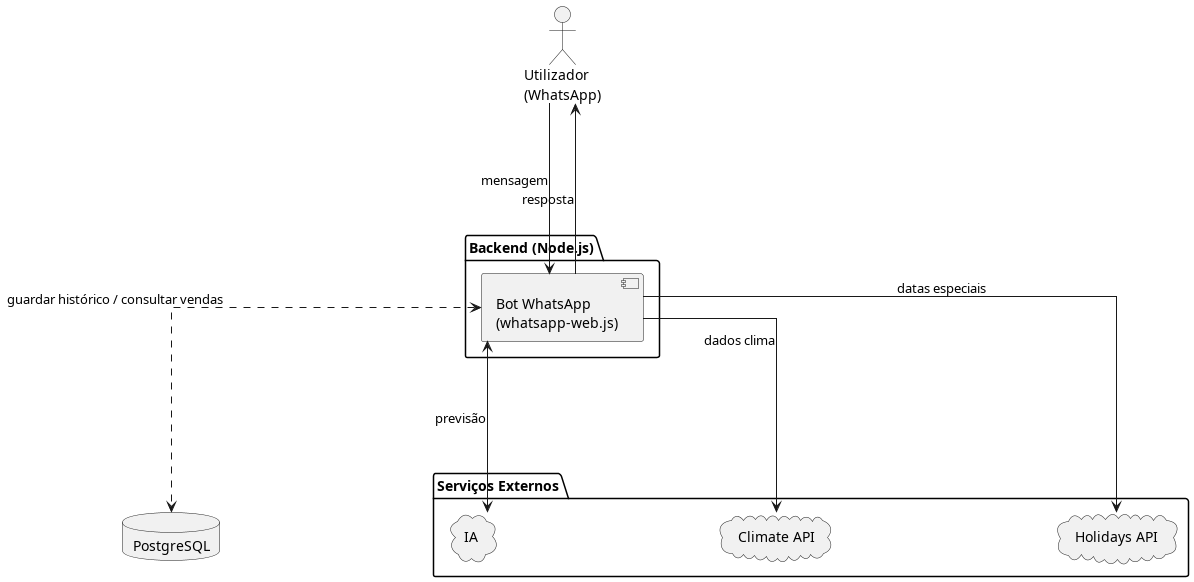
Above: out/architecture/architecture.png in therakius/leena (PlantUML), before the change.
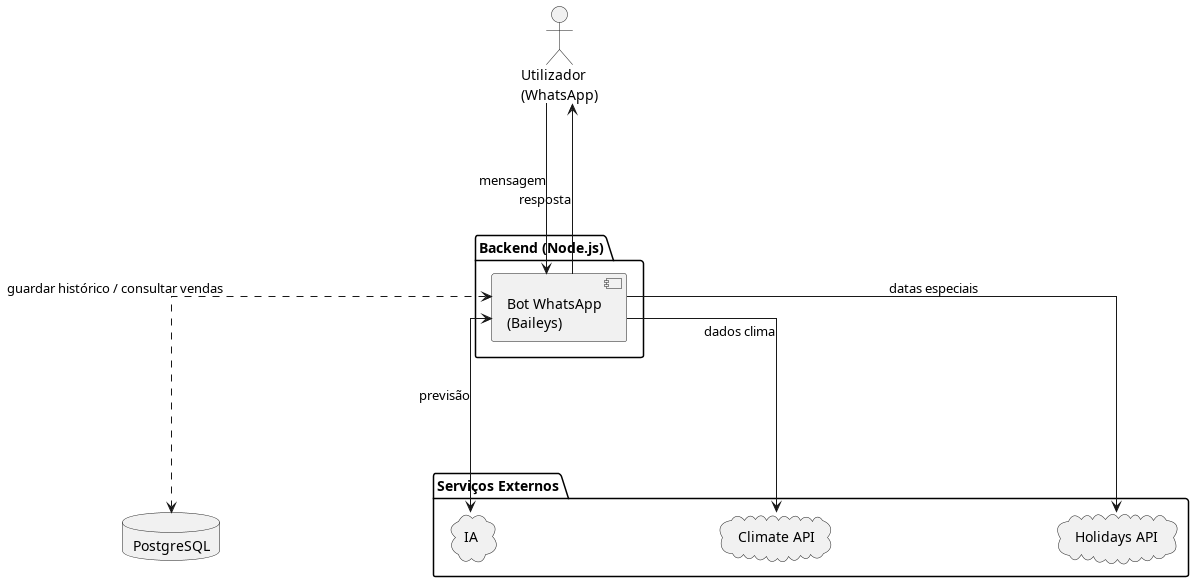
The same diagram one commit later.

Commit message:
update architecture diagram

Diff of the diagram source:
```diff
@@ -13,7 +13,7 @@
 actor "Utilizador\n(WhatsApp)" as USER
 
 package "Backend (Node.js)" {
-    component "Bot WhatsApp\n(whatsapp-web.js)" as BOT
+    component "Bot WhatsApp\n(Baileys)" as BOT
 }
 
 package "Serviços Externos" {
```
